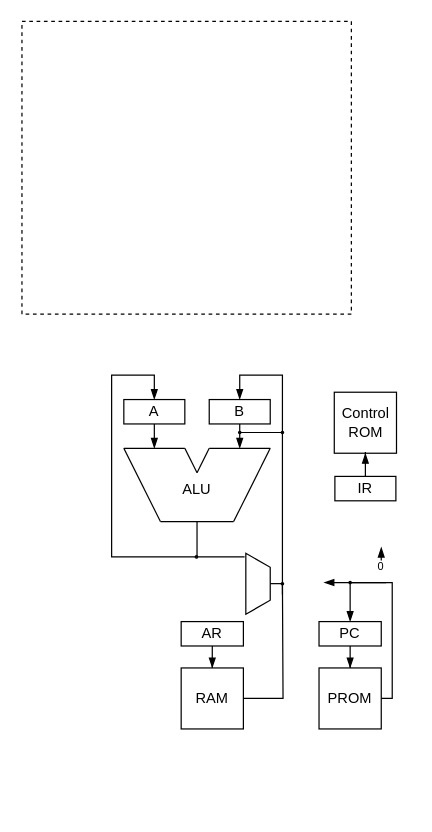
Earlier version of the draw.io diagram docs/blocos.drawio (RicardoKers/CpuDidatica). Source tidied: cells renumbered, new cells numbered last; positions are measured from the earlier drawing's top-left corner, leaving out a move shared by most shapes. Both pictures are drawn from the tidied source at 122%, with x=0, y=0 at pixel (21, 21).
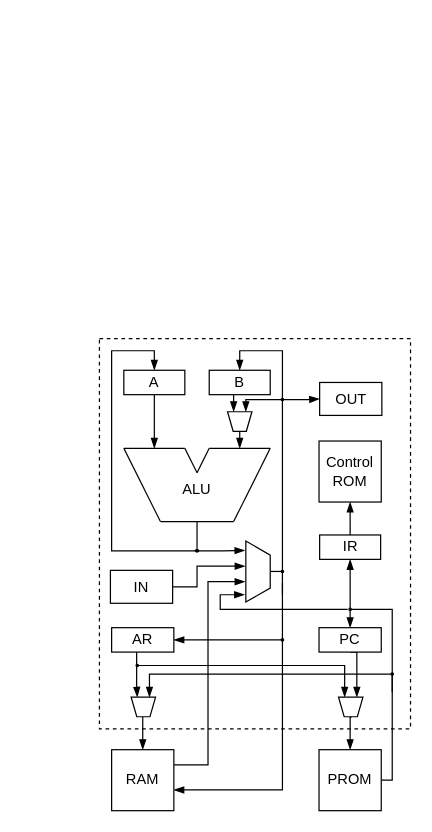
The same page after the edit.

Commit message (it also covers changes not shown here):
Changed to allow export to HDL and updated block diagram

Diff of the diagram source:
```diff
@@
     <mxCell id="2" style="rounded=0;whiteSpace=wrap;html=1;fillColor=none;dashed=1;" parent="1" vertex="1">
-      <mxGeometry x="0.5" width="270" height="240" as="geometry" />
+      <mxGeometry x="64" y="260" width="255" height="320" as="geometry" />
     </mxCell>
@@
     <mxCell id="4" value="A" style="rounded=0;whiteSpace=wrap;html=1;" parent="1" vertex="1">
-      <mxGeometry x="84" y="310" width="50" height="20" as="geometry" />
+      <mxGeometry x="84" y="286" width="50" height="20" as="geometry" />
     </mxCell>
-    <mxCell id="5" style="edgeStyle=orthogonalEdgeStyle;rounded=0;jettySize=auto;html=1;endArrow=blockThin;endFill=1;" parent="1" edge="1" source="6">
-      <mxGeometry relative="1" as="geometry">
-        <mxPoint x="179" y="350" as="targetPoint" />
-      </mxGeometry>
-    </mxCell>
+    <mxCell id="40" style="edgeStyle=orthogonalEdgeStyle;rounded=0;orthogonalLoop=1;jettySize=auto;html=1;exitX=0.5;exitY=1;exitDx=0;exitDy=0;entryX=0.5;entryY=0;entryDx=0;entryDy=0;startArrow=none;startFill=0;endArrow=blockThin;endFill=1;" parent="1" edge="1">
+      <mxGeometry relative="1" as="geometry">
+        <mxPoint x="174" y="306" as="sourcePoint" />
+        <mxPoint x="174" y="320" as="targetPoint" />
+      </mxGeometry>
+    </mxCell>
     <mxCell id="6" value="B" style="rounded=0;whiteSpace=wrap;html=1;" parent="1" vertex="1">
-      <mxGeometry x="154" y="310" width="50" height="20" as="geometry" />
+      <mxGeometry x="154" y="286" width="50" height="20" as="geometry" />
     </mxCell>
@@
-    <mxCell id="15" style="edgeStyle=orthogonalEdgeStyle;rounded=0;orthogonalLoop=1;jettySize=auto;html=1;endArrow=none;endFill=0;" parent="1" edge="1">
+    <mxCell id="15" style="edgeStyle=orthogonalEdgeStyle;rounded=0;jettySize=auto;html=1;endArrow=none;endFill=0;entryX=0.5;entryY=1;entryDx=0;entryDy=0;" parent="1" edge="1" target="35">
       <mxGeometry relative="1" as="geometry">
         <mxPoint x="144" y="410" as="sourcePoint" />
-        <mxPoint x="144" y="440" as="targetPoint" />
       </mxGeometry>
     </mxCell>
-    <mxCell id="16" style="edgeStyle=orthogonalEdgeStyle;rounded=0;jettySize=auto;html=1;entryX=0.5;entryY=0;entryDx=0;entryDy=0;endArrow=blockThin;endFill=1;exitX=0;exitY=1;exitDx=0;exitDy=0;" parent="1" edge="1" target="4">
-      <mxGeometry relative="1" as="geometry">
-        <mxPoint x="183" y="439" as="sourcePoint" />
-        <Array as="points">
-          <mxPoint x="74" y="439" />
-          <mxPoint x="74" y="290" />
-          <mxPoint x="109" y="290" />
-        </Array>
-      </mxGeometry>
-    </mxCell>
     <mxCell id="17" style="edgeStyle=orthogonalEdgeStyle;rounded=0;jettySize=auto;html=1;entryX=0.5;entryY=0;entryDx=0;entryDy=0;endArrow=blockThin;endFill=1;" parent="1" edge="1" target="6">
       <mxGeometry relative="1" as="geometry">
         <mxPoint x="214" y="470" as="sourcePoint" />
         <Array as="points">
-          <mxPoint x="214" y="290" />
-          <mxPoint x="179" y="290" />
+          <mxPoint x="214" y="270" />
+          <mxPoint x="179" y="270" />
         </Array>
       </mxGeometry>
     </mxCell>
-    <mxCell id="18" style="edgeStyle=orthogonalEdgeStyle;rounded=0;orthogonalLoop=1;jettySize=auto;html=1;endArrow=none;endFill=0;" parent="1" edge="1">
-      <mxGeometry relative="1" as="geometry">
-        <mxPoint x="179" y="337" as="sourcePoint" />
-        <mxPoint x="214" y="337" as="targetPoint" />
-      </mxGeometry>
-    </mxCell>
-    <mxCell id="19" style="edgeStyle=orthogonalEdgeStyle;rounded=0;jettySize=auto;html=1;entryX=0.5;entryY=0;entryDx=0;entryDy=0;endArrow=blockThin;endFill=1;" parent="1" edge="1" source="20" target="22">
-      <mxGeometry relative="1" as="geometry" />
+    <mxCell id="19" style="edgeStyle=orthogonalEdgeStyle;rounded=0;jettySize=auto;html=1;endArrow=blockThin;endFill=1;entryX=0.25;entryY=0;entryDx=0;entryDy=0;" parent="1" edge="1" target="60">
+      <mxGeometry relative="1" as="geometry">
+        <mxPoint x="94.5" y="517" as="sourcePoint" />
+        <Array as="points">
+          <mxPoint x="94" y="544" />
+          <mxPoint x="95" y="544" />
+        </Array>
+      </mxGeometry>
     </mxCell>
     <mxCell id="20" value="AR" style="rounded=0;whiteSpace=wrap;html=1;" parent="1" vertex="1">
-      <mxGeometry x="131" y="492" width="51" height="20" as="geometry" />
+      <mxGeometry x="74" y="497" width="51" height="20" as="geometry" />
     </mxCell>
-    <mxCell id="21" style="edgeStyle=orthogonalEdgeStyle;rounded=0;jettySize=auto;html=1;endArrow=none;endFill=0;" parent="1" edge="1" source="22">
+    <mxCell id="21" style="edgeStyle=orthogonalEdgeStyle;rounded=0;jettySize=auto;html=1;endArrow=none;endFill=0;startArrow=blockThin;startFill=1;" parent="1" edge="1" source="22">
       <mxGeometry relative="1" as="geometry">
         <mxPoint x="214" y="460" as="targetPoint" />
+        <Array as="points">
+          <mxPoint x="214" y="630" />
+        </Array>
       </mxGeometry>
     </mxCell>
+    <mxCell id="41" style="edgeStyle=orthogonalEdgeStyle;rounded=0;jettySize=auto;html=1;entryX=0.313;entryY=0.98;entryDx=0;entryDy=0;entryPerimeter=0;startArrow=none;startFill=0;endArrow=blockThin;endFill=1;exitX=1;exitY=0.25;exitDx=0;exitDy=0;" parent="1" edge="1" source="22">
+      <mxGeometry relative="1" as="geometry">
+        <mxPoint x="183.4" y="459.3" as="targetPoint" />
+        <Array as="points">
+          <mxPoint x="153" y="610" />
+          <mxPoint x="153" y="459" />
+        </Array>
+      </mxGeometry>
+    </mxCell>
     <mxCell id="22" value="RAM" style="rounded=0;whiteSpace=wrap;html=1;" parent="1" vertex="1">
-      <mxGeometry x="131" y="530" width="51" height="50" as="geometry" />
+      <mxGeometry x="74" y="597" width="51" height="50" as="geometry" />
     </mxCell>
-    <mxCell id="23" style="edgeStyle=orthogonalEdgeStyle;rounded=0;jettySize=auto;html=1;entryX=0.5;entryY=0;entryDx=0;entryDy=0;endArrow=blockThin;endFill=1;" parent="1" edge="1" source="24" target="26">
-      <mxGeometry relative="1" as="geometry" />
-    </mxCell>
+    <mxCell id="42" style="edgeStyle=orthogonalEdgeStyle;rounded=0;jettySize=auto;html=1;exitX=0.5;exitY=1;exitDx=0;exitDy=0;entryX=0.75;entryY=0;entryDx=0;entryDy=0;startArrow=none;startFill=0;endArrow=blockThin;endFill=1;" parent="1" edge="1" source="24" target="62">
+      <mxGeometry relative="1" as="geometry">
+        <Array as="points">
+          <mxPoint x="275" y="517" />
+        </Array>
+      </mxGeometry>
+    </mxCell>
     <mxCell id="24" value="PC" style="rounded=0;whiteSpace=wrap;html=1;" parent="1" vertex="1">
-      <mxGeometry x="244" y="492" width="51" height="20" as="geometry" />
+      <mxGeometry x="244" y="497" width="51" height="20" as="geometry" />
     </mxCell>
     <mxCell id="25" style="edgeStyle=orthogonalEdgeStyle;rounded=0;jettySize=auto;html=1;entryX=0.5;entryY=0;entryDx=0;entryDy=0;endArrow=blockThin;endFill=1;" parent="1" edge="1" source="26" target="24">
       <mxGeometry relative="1" as="geometry">
         <Array as="points">
-          <mxPoint x="304" y="555" />
-          <mxPoint x="304" y="460" />
-          <mxPoint x="270" y="460" />
+          <mxPoint x="304" y="622" />
+          <mxPoint x="304" y="482" />
+          <mxPoint x="270" y="482" />
         </Array>
       </mxGeometry>
     </mxCell>
     <mxCell id="26" value="PROM" style="rounded=0;whiteSpace=wrap;html=1;" parent="1" vertex="1">
-      <mxGeometry x="244" y="530" width="51" height="50" as="geometry" />
+      <mxGeometry x="244" y="597" width="51" height="50" as="geometry" />
     </mxCell>
     <mxCell id="27" style="verticalLabelPosition=middle;verticalAlign=middle;html=1;shape=trapezoid;perimeter=trapezoidPerimeter;whiteSpace=wrap;size=0.23;arcSize=10;flipV=1;labelPosition=center;align=center;rotation=-90;" parent="1" vertex="1">
-      <mxGeometry x="169" y="451" width="50" height="20" as="geometry" />
+      <mxGeometry x="169" y="441" width="50" height="20" as="geometry" />
     </mxCell>
     <mxCell id="28" value="Control&lt;br&gt;ROM" style="rounded=0;whiteSpace=wrap;html=1;" parent="1" vertex="1">
-      <mxGeometry x="256.5" y="304" width="51" height="50" as="geometry" />
+      <mxGeometry x="244" y="344" width="51" height="50" as="geometry" />
     </mxCell>
@@
+    <mxCell id="43" style="edgeStyle=orthogonalEdgeStyle;rounded=0;jettySize=auto;html=1;exitX=0.5;exitY=1;exitDx=0;exitDy=0;entryX=0.5;entryY=0;entryDx=0;entryDy=0;startArrow=blockThin;startFill=1;endArrow=none;endFill=0;" parent="1" edge="1" source="30" target="36">
+      <mxGeometry relative="1" as="geometry" />
+    </mxCell>
     <mxCell id="30" value="IR" style="rounded=0;whiteSpace=wrap;html=1;" parent="1" vertex="1">
-      <mxGeometry x="257" y="373" width="50" height="20" as="geometry" />
+      <mxGeometry x="244.5" y="421" width="50" height="20" as="geometry" />
     </mxCell>
-    <mxCell id="31" value="&lt;font style=&quot;font-size: 9px&quot;&gt;0&lt;/font&gt;" style="text;html=1;strokeColor=none;fillColor=none;align=center;verticalAlign=middle;whiteSpace=wrap;rounded=0;" parent="1" vertex="1">
-      <mxGeometry x="290" y="441" width="10" height="9" as="geometry" />
-    </mxCell>
-    <mxCell id="32" style="edgeStyle=orthogonalEdgeStyle;rounded=0;orthogonalLoop=1;jettySize=auto;html=1;endArrow=blockThin;endFill=1;" parent="1" edge="1">
-      <mxGeometry relative="1" as="geometry">
-        <mxPoint x="295" y="442" as="sourcePoint" />
-        <mxPoint x="295" y="431" as="targetPoint" />
-      </mxGeometry>
-    </mxCell>
-    <mxCell id="33" style="endArrow=none;html=1;exitX=0;exitY=0.5;exitDx=0;exitDy=0;endFill=0;startArrow=blockThin;startFill=1;" parent="1" edge="1">
-      <mxGeometry relative="1" as="geometry">
-        <mxPoint x="248" y="460" as="sourcePoint" />
-        <mxPoint x="299" y="460" as="targetPoint" />
-      </mxGeometry>
-    </mxCell>
     <mxCell id="34" style="edgeStyle=orthogonalEdgeStyle;rounded=0;orthogonalLoop=1;jettySize=auto;html=1;endArrow=none;endFill=0;exitX=0.547;exitY=-0.056;exitDx=0;exitDy=0;exitPerimeter=0;" parent="1" edge="1">
       <mxGeometry relative="1" as="geometry">
-        <mxPoint x="204.1" y="460.9" as="sourcePoint" />
-        <mxPoint x="214" y="460" as="targetPoint" />
+        <mxPoint x="204.1" y="450.9" as="sourcePoint" />
+        <mxPoint x="214" y="450" as="targetPoint" />
       </mxGeometry>
     </mxCell>
+    <mxCell id="44" style="edgeStyle=orthogonalEdgeStyle;rounded=0;jettySize=auto;html=1;entryX=0.847;entryY=1.035;entryDx=0;entryDy=0;entryPerimeter=0;startArrow=none;startFill=0;endArrow=blockThin;endFill=1;" parent="1" edge="1" source="35" target="27">
+      <mxGeometry relative="1" as="geometry" />
+    </mxCell>
+    <mxCell id="45" style="edgeStyle=orthogonalEdgeStyle;rounded=0;jettySize=auto;html=1;startArrow=none;startFill=0;endArrow=blockThin;endFill=1;entryX=0.5;entryY=0;entryDx=0;entryDy=0;" parent="1" edge="1" source="35" target="4">
+      <mxGeometry relative="1" as="geometry">
+        <Array as="points">
+          <mxPoint x="74" y="434" />
+          <mxPoint x="74" y="270" />
+          <mxPoint x="109" y="270" />
+        </Array>
+      </mxGeometry>
+    </mxCell>
-    <mxCell id="35" style="ellipse;whiteSpace=wrap;html=1;fillColor=none;" parent="1" vertex="1">
-      <mxGeometry x="142.5" y="438" width="2" height="2" as="geometry" />
+    <mxCell id="35" style="ellipse;whiteSpace=wrap;html=1;fillColor=#000000;" parent="1" vertex="1">
+      <mxGeometry x="142.5" y="433" width="3" height="2" as="geometry" />
     </mxCell>
+    <mxCell id="46" style="edgeStyle=orthogonalEdgeStyle;rounded=0;orthogonalLoop=1;jettySize=auto;html=1;entryX=0.12;entryY=1;entryDx=0;entryDy=0;entryPerimeter=0;startArrow=none;startFill=0;endArrow=blockThin;endFill=1;" parent="1" edge="1">
+      <mxGeometry relative="1" as="geometry">
+        <mxPoint x="267.5" y="482" as="sourcePoint" />
+        <mxPoint x="183" y="470" as="targetPoint" />
+        <Array as="points">
+          <mxPoint x="163" y="482" />
+          <mxPoint x="163" y="470" />
+        </Array>
+      </mxGeometry>
+    </mxCell>
     <mxCell id="36" style="ellipse;whiteSpace=wrap;html=1;fillColor=none;" parent="1" vertex="1">
-      <mxGeometry x="268.5" y="459" width="2" height="2" as="geometry" />
+      <mxGeometry x="268.5" y="481" width="2" height="2" as="geometry" />
     </mxCell>
+    <mxCell id="47" style="edgeStyle=orthogonalEdgeStyle;rounded=0;jettySize=auto;html=1;startArrow=none;startFill=0;endArrow=blockThin;endFill=1;entryX=1;entryY=0.5;entryDx=0;entryDy=0;" parent="1" edge="1" source="37" target="20">
+      <mxGeometry relative="1" as="geometry" />
+    </mxCell>
-    <mxCell id="37" style="ellipse;whiteSpace=wrap;html=1;fillColor=none;" parent="1" vertex="1">
-      <mxGeometry x="178" y="336" width="2" height="2" as="geometry" />
+    <mxCell id="37" style="ellipse;whiteSpace=wrap;html=1;fillColor=#000000;" parent="1" vertex="1">
+      <mxGeometry x="213" y="506" width="2" height="2" as="geometry" />
     </mxCell>
+    <mxCell id="48" style="edgeStyle=orthogonalEdgeStyle;rounded=0;jettySize=auto;html=1;entryX=0.75;entryY=0;entryDx=0;entryDy=0;startArrow=none;startFill=0;endArrow=blockThin;endFill=1;" parent="1" edge="1" source="38" target="51">
+      <mxGeometry relative="1" as="geometry">
+        <Array as="points">
+          <mxPoint x="184" y="310" />
+        </Array>
+      </mxGeometry>
+    </mxCell>
+    <mxCell id="49" style="edgeStyle=orthogonalEdgeStyle;rounded=0;jettySize=auto;html=1;startArrow=none;startFill=0;endArrow=blockThin;endFill=1;" parent="1" edge="1" source="38" target="54">
+      <mxGeometry relative="1" as="geometry" />
+    </mxCell>
     <mxCell id="38" style="ellipse;whiteSpace=wrap;html=1;fillColor=none;" parent="1" vertex="1">
-      <mxGeometry x="213" y="336" width="2" height="2" as="geometry" />
+      <mxGeometry x="213" y="309" width="2" height="2" as="geometry" />
     </mxCell>
     <mxCell id="39" style="ellipse;whiteSpace=wrap;html=1;fillColor=none;" parent="1" vertex="1">
-      <mxGeometry x="213" y="460" width="2" height="2" as="geometry" />
+      <mxGeometry x="213" y="450" width="2" height="2" as="geometry" />
     </mxCell>
+    <mxCell id="50" style="edgeStyle=orthogonalEdgeStyle;rounded=0;jettySize=auto;html=1;exitX=0.5;exitY=1;exitDx=0;exitDy=0;startArrow=none;startFill=0;endArrow=blockThin;endFill=1;" parent="1" edge="1" source="51">
+      <mxGeometry relative="1" as="geometry">
+        <mxPoint x="179" y="350" as="targetPoint" />
+      </mxGeometry>
+    </mxCell>
+    <mxCell id="51" style="verticalLabelPosition=middle;verticalAlign=middle;html=1;shape=trapezoid;perimeter=trapezoidPerimeter;whiteSpace=wrap;size=0.23;arcSize=10;flipV=1;labelPosition=center;align=center;rotation=0;" parent="1" vertex="1">
+      <mxGeometry x="169" y="320" width="20" height="16" as="geometry" />
+    </mxCell>
+    <mxCell id="52" style="edgeStyle=orthogonalEdgeStyle;rounded=0;jettySize=auto;html=1;entryX=0.588;entryY=1.029;entryDx=0;entryDy=0;entryPerimeter=0;startArrow=none;startFill=0;endArrow=blockThin;endFill=1;" parent="1" edge="1" source="53" target="27">
+      <mxGeometry relative="1" as="geometry">
+        <Array as="points">
+          <mxPoint x="144" y="464" />
+          <mxPoint x="144" y="447" />
+        </Array>
+      </mxGeometry>
+    </mxCell>
+    <mxCell id="53" value="IN" style="rounded=0;whiteSpace=wrap;html=1;" parent="1" vertex="1">
+      <mxGeometry x="73" y="450" width="51" height="27" as="geometry" />
+    </mxCell>
+    <mxCell id="54" value="OUT" style="rounded=0;whiteSpace=wrap;html=1;" parent="1" vertex="1">
+      <mxGeometry x="244.5" y="296" width="51" height="27" as="geometry" />
+    </mxCell>
+    <mxCell id="55" style="edgeStyle=orthogonalEdgeStyle;rounded=0;jettySize=auto;html=1;entryX=0.25;entryY=0;entryDx=0;entryDy=0;startArrow=none;startFill=0;endArrow=blockThin;endFill=1;" parent="1" edge="1" source="56" target="62">
+      <mxGeometry relative="1" as="geometry" />
+    </mxCell>
+    <mxCell id="56" style="ellipse;whiteSpace=wrap;html=1;fillColor=#000000;" parent="1" vertex="1">
+      <mxGeometry x="94" y="527" width="2" height="2" as="geometry" />
+    </mxCell>
+    <mxCell id="57" style="edgeStyle=orthogonalEdgeStyle;rounded=0;jettySize=auto;html=1;entryX=0.75;entryY=0;entryDx=0;entryDy=0;startArrow=none;startFill=0;endArrow=blockThin;endFill=1;" parent="1" edge="1" target="60">
+      <mxGeometry relative="1" as="geometry">
+        <mxPoint x="304" y="550" as="sourcePoint" />
+        <Array as="points">
+          <mxPoint x="304" y="535" />
+          <mxPoint x="105" y="535" />
+        </Array>
+      </mxGeometry>
+    </mxCell>
+    <mxCell id="58" style="ellipse;whiteSpace=wrap;html=1;fillColor=#000000;" parent="1" vertex="1">
+      <mxGeometry x="303" y="534" width="2" height="2" as="geometry" />
+    </mxCell>
+    <mxCell id="59" style="edgeStyle=orthogonalEdgeStyle;rounded=0;orthogonalLoop=1;jettySize=auto;html=1;entryX=0.5;entryY=0;entryDx=0;entryDy=0;startArrow=none;startFill=0;endArrow=blockThin;endFill=1;" parent="1" edge="1">
+      <mxGeometry relative="1" as="geometry">
+        <mxPoint x="100" y="570" as="sourcePoint" />
+        <mxPoint x="99.5" y="597" as="targetPoint" />
+        <Array as="points">
+          <mxPoint x="100" y="597" />
+        </Array>
+      </mxGeometry>
+    </mxCell>
+    <mxCell id="60" style="verticalLabelPosition=middle;verticalAlign=middle;html=1;shape=trapezoid;perimeter=trapezoidPerimeter;whiteSpace=wrap;size=0.23;arcSize=10;flipV=1;labelPosition=center;align=center;rotation=0;" parent="1" vertex="1">
+      <mxGeometry x="90" y="554" width="20" height="16" as="geometry" />
+    </mxCell>
+    <mxCell id="61" style="edgeStyle=orthogonalEdgeStyle;rounded=0;jettySize=auto;html=1;startArrow=none;startFill=0;endArrow=blockThin;endFill=1;exitX=0.528;exitY=-0.031;exitDx=0;exitDy=0;exitPerimeter=0;entryX=0.5;entryY=0;entryDx=0;entryDy=0;" parent="1" edge="1" source="62" target="26">
+      <mxGeometry relative="1" as="geometry" />
+    </mxCell>
+    <mxCell id="62" style="verticalLabelPosition=middle;verticalAlign=middle;html=1;shape=trapezoid;perimeter=trapezoidPerimeter;whiteSpace=wrap;size=0.23;arcSize=10;flipV=1;labelPosition=center;align=center;rotation=0;" parent="1" vertex="1">
+      <mxGeometry x="260" y="554" width="20" height="16" as="geometry" />
+    </mxCell>
```
